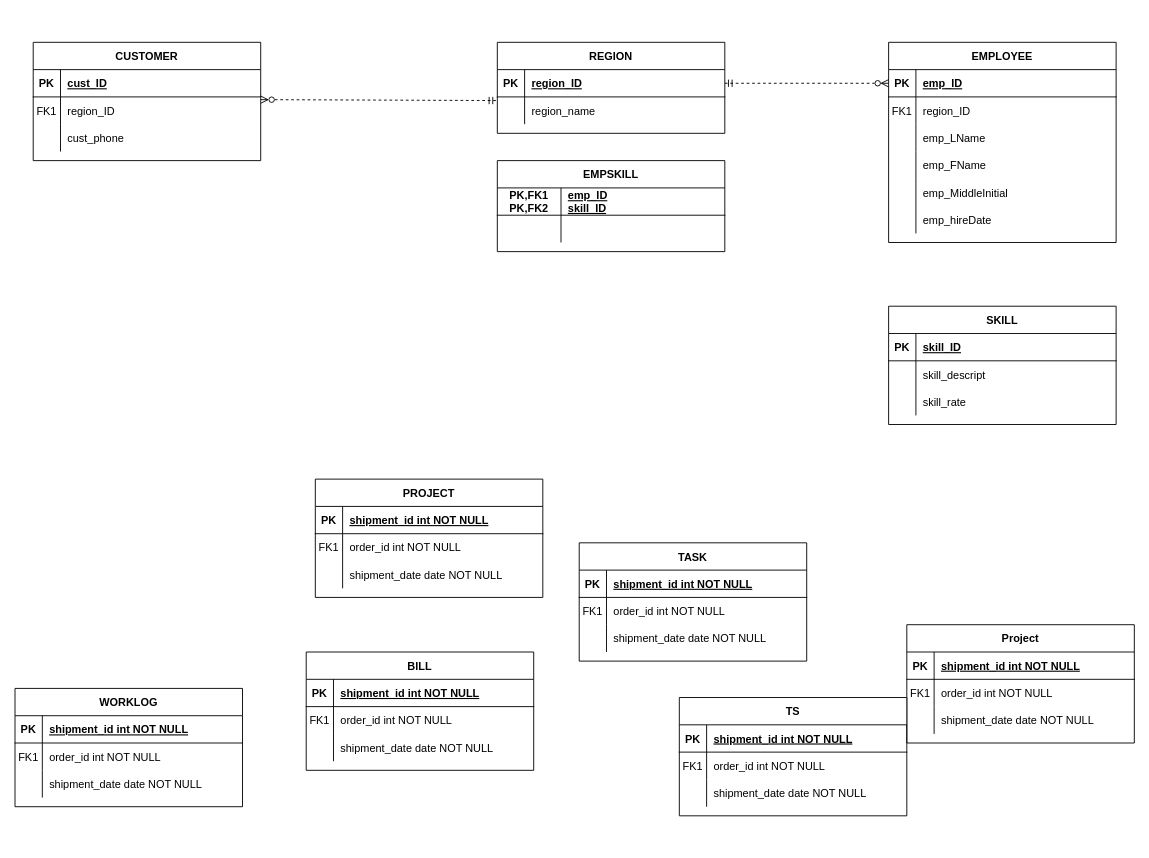
Before: Case 11 ERD.drawio in kwoehrer/DatabaseHw, a draw.io diagram. Source tidied: cells renumbered, new cells numbered last; positions are measured from the earlier drawing's top-left corner, leaving out a move shared by most shapes. Both pictures are drawn from the tidied source at 91%, with x=0, y=0 at pixel (15, 42).
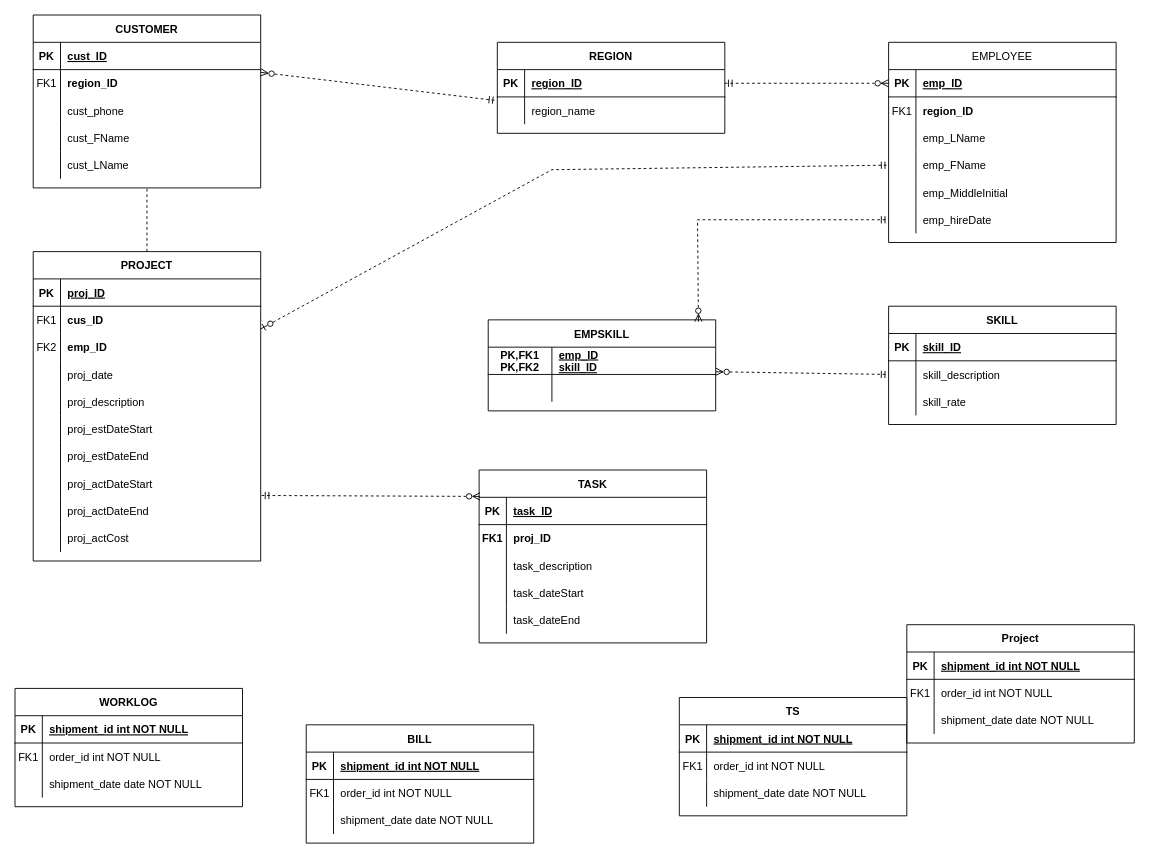
The same diagram, later.

Unchanged cells that the change refers to:
```xml
<mxCell id="6" style="shape=partialRectangle;fillColor=none;points=[[0,0.5],[1,0.5]];portConstraint=eastwest;top=0;left=0;right=0;bottom=0;" parent="2" vertex="1">
  <mxGeometry y="60" width="250" height="30" as="geometry" />
</mxCell>
<mxCell id="13" style="shape=partialRectangle;fillColor=none;top=0;left=0;right=0;bottom=1;" parent="12" vertex="1">
  <mxGeometry y="30" width="250" height="30" as="geometry" />
</mxCell>
<mxCell id="16" style="shape=partialRectangle;fillColor=none;top=0;left=0;right=0;bottom=0;" parent="12" vertex="1">
  <mxGeometry y="60" width="250" height="30" as="geometry" />
</mxCell>
<mxCell id="19" style="shape=partialRectangle;fillColor=none;top=0;left=0;right=0;bottom=0;" parent="12" vertex="1">
  <mxGeometry y="90" width="250" height="30" as="geometry" />
</mxCell>
<mxCell id="33" style="shape=partialRectangle;fillColor=none;points=[[0,0.5],[1,0.5]];portConstraint=eastwest;top=0;left=0;right=0;bottom=0;" parent="29" vertex="1">
  <mxGeometry y="60" width="250" height="30" as="geometry" />
</mxCell>
<mxCell id="43" style="shape=partialRectangle;fillColor=none;top=0;left=0;right=0;bottom=0;" parent="39" vertex="1">
  <mxGeometry y="60" width="250" height="30" as="geometry" />
</mxCell>
<mxCell id="49" style="shape=partialRectangle;fillColor=none;points=[[0,0.5],[1,0.5]];portConstraint=eastwest;top=0;left=0;right=0;bottom=0;" parent="39" vertex="1">
  <mxGeometry y="120" width="250" height="30" as="geometry" />
</mxCell>
<mxCell id="55" style="shape=partialRectangle;fillColor=none;points=[[0,0.5],[1,0.5]];portConstraint=eastwest;top=0;left=0;right=0;bottom=0;" parent="39" vertex="1">
  <mxGeometry y="180" width="250" height="30" as="geometry" />
</mxCell>
<mxCell id="79" style="shape=partialRectangle;fillColor=none;points=[[0,0.5],[1,0.5]];portConstraint=eastwest;top=0;left=0;right=0;bottom=1;" parent="78" vertex="1">
  <mxGeometry y="30" width="250" height="30" as="geometry" />
</mxCell>
<mxCell id="86" style="shape=partialRectangle;fillColor=none;points=[[0,0.5],[1,0.5]];portConstraint=eastwest;top=0;left=0;right=0;bottom=1;" parent="85" vertex="1">
  <mxGeometry y="30" width="250" height="30" as="geometry" />
</mxCell>
<mxCell id="89" style="shape=partialRectangle;fillColor=none;top=0;left=0;right=0;bottom=0;" parent="85" vertex="1">
  <mxGeometry y="60" width="250" height="30" as="geometry" />
</mxCell>
<mxCell id="92" style="shape=partialRectangle;fillColor=none;top=0;left=0;right=0;bottom=0;" parent="85" vertex="1">
  <mxGeometry y="90" width="250" height="30" as="geometry" />
</mxCell>
```

What changed in the source:
```diff
@@
     <mxCell id="2" value="CUSTOMER" style="shape=table;startSize=30;childLayout=tableLayout;rowLines=0;fontStyle=1;align=center;" parent="1" vertex="1">
-      <mxGeometry x="20" width="250" height="130" as="geometry" />
+      <mxGeometry x="20" y="-30" width="250" height="190" as="geometry" />
     </mxCell>
@@
-    <mxCell id="8" value="region_ID" style="shape=partialRectangle;overflow=hidden;fillColor=none;top=0;left=0;bottom=0;right=0;align=left;spacingLeft=6;" parent="6" vertex="1">
+    <mxCell id="8" value="region_ID" style="shape=partialRectangle;overflow=hidden;fillColor=none;top=0;left=0;bottom=0;right=0;align=left;spacingLeft=6;fontStyle=1;" parent="6" vertex="1">
       <mxGeometry x="30" width="220" height="30" as="geometry" />
     </mxCell>
@@
+    <mxCell id="117" style="shape=partialRectangle;fillColor=none;top=0;left=0;right=0;bottom=0;" parent="2" vertex="1">
+      <mxGeometry y="120" width="250" height="30" as="geometry" />
+    </mxCell>
+    <mxCell id="118" style="shape=partialRectangle;overflow=hidden;fillColor=none;top=0;left=0;bottom=0;right=0;" parent="117" vertex="1">
+      <mxGeometry width="30" height="30" as="geometry" />
+    </mxCell>
+    <mxCell id="119" value="cust_FName" style="shape=partialRectangle;overflow=hidden;fillColor=none;top=0;left=0;bottom=0;right=0;align=left;spacingLeft=6;" parent="117" vertex="1">
+      <mxGeometry x="30" width="220" height="30" as="geometry" />
+    </mxCell>
+    <mxCell id="120" style="shape=partialRectangle;fillColor=none;top=0;left=0;right=0;bottom=0;" parent="2" vertex="1">
+      <mxGeometry y="150" width="250" height="30" as="geometry" />
+    </mxCell>
+    <mxCell id="121" style="shape=partialRectangle;overflow=hidden;fillColor=none;top=0;left=0;bottom=0;right=0;" parent="120" vertex="1">
+      <mxGeometry width="30" height="30" as="geometry" />
+    </mxCell>
+    <mxCell id="122" value="cust_LName" style="shape=partialRectangle;overflow=hidden;fillColor=none;top=0;left=0;bottom=0;right=0;align=left;spacingLeft=6;" parent="120" vertex="1">
+      <mxGeometry x="30" width="220" height="30" as="geometry" />
+    </mxCell>
     <mxCell id="12" value="PROJECT" style="shape=table;startSize=30;childLayout=tableLayout;rowLines=0;fontStyle=1;align=center;" parent="1" vertex="1">
-      <mxGeometry x="330" y="480" width="250" height="130" as="geometry" />
+      <mxGeometry x="20" y="230" width="250" height="340" as="geometry" />
     </mxCell>
@@
-    <mxCell id="15" value="shipment_id int NOT NULL " style="shape=partialRectangle;overflow=hidden;fillColor=none;top=0;left=0;bottom=0;right=0;align=left;spacingLeft=6;fontStyle=5;" parent="13" vertex="1">
+    <mxCell id="15" value="proj_ID" style="shape=partialRectangle;overflow=hidden;fillColor=none;top=0;left=0;bottom=0;right=0;align=left;spacingLeft=6;fontStyle=5;" parent="13" vertex="1">
       <mxGeometry x="30" width="220" height="30" as="geometry" />
     </mxCell>
@@
-    <mxCell id="18" value="order_id int NOT NULL" style="shape=partialRectangle;overflow=hidden;fillColor=none;top=0;left=0;bottom=0;right=0;align=left;spacingLeft=6;" parent="16" vertex="1">
+    <mxCell id="18" value="cus_ID" style="shape=partialRectangle;overflow=hidden;fillColor=none;top=0;left=0;bottom=0;right=0;align=left;spacingLeft=6;fontStyle=1;" parent="16" vertex="1">
       <mxGeometry x="30" width="220" height="30" as="geometry" />
     </mxCell>
@@
-    <mxCell id="20" style="shape=partialRectangle;overflow=hidden;fillColor=none;top=0;left=0;bottom=0;right=0;" parent="19" vertex="1">
+    <mxCell id="20" value="FK2" style="shape=partialRectangle;overflow=hidden;fillColor=none;top=0;left=0;bottom=0;right=0;" parent="19" vertex="1">
       <mxGeometry width="30" height="30" as="geometry" />
     </mxCell>
-    <mxCell id="21" value="shipment_date date NOT NULL" style="shape=partialRectangle;overflow=hidden;fillColor=none;top=0;left=0;bottom=0;right=0;align=left;spacingLeft=6;" parent="19" vertex="1">
+    <mxCell id="21" value="emp_ID" style="shape=partialRectangle;overflow=hidden;fillColor=none;top=0;left=0;bottom=0;right=0;align=left;spacingLeft=6;fontStyle=1;" parent="19" vertex="1">
       <mxGeometry x="30" width="220" height="30" as="geometry" />
     </mxCell>
+    <mxCell id="123" style="shape=partialRectangle;fillColor=none;top=0;left=0;right=0;bottom=0;" parent="12" vertex="1">
+      <mxGeometry y="120" width="250" height="30" as="geometry" />
+    </mxCell>
+    <mxCell id="124" style="shape=partialRectangle;overflow=hidden;fillColor=none;top=0;left=0;bottom=0;right=0;" parent="123" vertex="1">
+      <mxGeometry width="30" height="30" as="geometry" />
+    </mxCell>
+    <mxCell id="125" value="proj_date" style="shape=partialRectangle;overflow=hidden;fillColor=none;top=0;left=0;bottom=0;right=0;align=left;spacingLeft=6;" parent="123" vertex="1">
+      <mxGeometry x="30" width="220" height="30" as="geometry" />
+    </mxCell>
+    <mxCell id="126" style="shape=partialRectangle;fillColor=none;top=0;left=0;right=0;bottom=0;" parent="12" vertex="1">
+      <mxGeometry y="150" width="250" height="30" as="geometry" />
+    </mxCell>
+    <mxCell id="127" style="shape=partialRectangle;overflow=hidden;fillColor=none;top=0;left=0;bottom=0;right=0;" parent="126" vertex="1">
+      <mxGeometry width="30" height="30" as="geometry" />
+    </mxCell>
+    <mxCell id="128" value="proj_description" style="shape=partialRectangle;overflow=hidden;fillColor=none;top=0;left=0;bottom=0;right=0;align=left;spacingLeft=6;" parent="126" vertex="1">
+      <mxGeometry x="30" width="220" height="30" as="geometry" />
+    </mxCell>
+    <mxCell id="129" style="shape=partialRectangle;fillColor=none;top=0;left=0;right=0;bottom=0;" parent="12" vertex="1">
+      <mxGeometry y="180" width="250" height="30" as="geometry" />
+    </mxCell>
+    <mxCell id="130" style="shape=partialRectangle;overflow=hidden;fillColor=none;top=0;left=0;bottom=0;right=0;" parent="129" vertex="1">
+      <mxGeometry width="30" height="30" as="geometry" />
+    </mxCell>
+    <mxCell id="131" value="proj_estDateStart" style="shape=partialRectangle;overflow=hidden;fillColor=none;top=0;left=0;bottom=0;right=0;align=left;spacingLeft=6;" parent="129" vertex="1">
+      <mxGeometry x="30" width="220" height="30" as="geometry" />
+    </mxCell>
+    <mxCell id="132" style="shape=partialRectangle;fillColor=none;top=0;left=0;right=0;bottom=0;" parent="12" vertex="1">
+      <mxGeometry y="210" width="250" height="30" as="geometry" />
+    </mxCell>
+    <mxCell id="133" style="shape=partialRectangle;overflow=hidden;fillColor=none;top=0;left=0;bottom=0;right=0;" parent="132" vertex="1">
+      <mxGeometry width="30" height="30" as="geometry" />
+    </mxCell>
+    <mxCell id="134" value="proj_estDateEnd" style="shape=partialRectangle;overflow=hidden;fillColor=none;top=0;left=0;bottom=0;right=0;align=left;spacingLeft=6;" parent="132" vertex="1">
+      <mxGeometry x="30" width="220" height="30" as="geometry" />
+    </mxCell>
+    <mxCell id="135" style="shape=partialRectangle;fillColor=none;top=0;left=0;right=0;bottom=0;" parent="12" vertex="1">
+      <mxGeometry y="240" width="250" height="30" as="geometry" />
+    </mxCell>
+    <mxCell id="136" style="shape=partialRectangle;overflow=hidden;fillColor=none;top=0;left=0;bottom=0;right=0;" parent="135" vertex="1">
+      <mxGeometry width="30" height="30" as="geometry" />
+    </mxCell>
+    <mxCell id="137" value="proj_actDateStart" style="shape=partialRectangle;overflow=hidden;fillColor=none;top=0;left=0;bottom=0;right=0;align=left;spacingLeft=6;" parent="135" vertex="1">
+      <mxGeometry x="30" width="220" height="30" as="geometry" />
+    </mxCell>
+    <mxCell id="138" style="shape=partialRectangle;fillColor=none;points=[[0,0.5],[1,0.5]];portConstraint=eastwest;top=0;left=0;right=0;bottom=0;" parent="12" vertex="1">
+      <mxGeometry y="270" width="250" height="30" as="geometry" />
+    </mxCell>
+    <mxCell id="139" style="shape=partialRectangle;overflow=hidden;fillColor=none;top=0;left=0;bottom=0;right=0;" parent="138" vertex="1">
+      <mxGeometry width="30" height="30" as="geometry" />
+    </mxCell>
+    <mxCell id="140" value="proj_actDateEnd" style="shape=partialRectangle;overflow=hidden;fillColor=none;top=0;left=0;bottom=0;right=0;align=left;spacingLeft=6;" parent="138" vertex="1">
+      <mxGeometry x="30" width="220" height="30" as="geometry" />
+    </mxCell>
+    <mxCell id="141" style="shape=partialRectangle;fillColor=none;top=0;left=0;right=0;bottom=0;" parent="12" vertex="1">
+      <mxGeometry y="300" width="250" height="30" as="geometry" />
+    </mxCell>
+    <mxCell id="142" style="shape=partialRectangle;overflow=hidden;fillColor=none;top=0;left=0;bottom=0;right=0;" parent="141" vertex="1">
+      <mxGeometry width="30" height="30" as="geometry" />
+    </mxCell>
+    <mxCell id="143" value="proj_actCost" style="shape=partialRectangle;overflow=hidden;fillColor=none;top=0;left=0;bottom=0;right=0;align=left;spacingLeft=6;" parent="141" vertex="1">
+      <mxGeometry x="30" width="220" height="30" as="geometry" />
+    </mxCell>
@@
-    <mxCell id="35" value="skill_descript" style="shape=partialRectangle;overflow=hidden;fillColor=none;top=0;left=0;bottom=0;right=0;align=left;spacingLeft=6;" parent="33" vertex="1">
+    <mxCell id="35" value="skill_description" style="shape=partialRectangle;overflow=hidden;fillColor=none;top=0;left=0;bottom=0;right=0;align=left;spacingLeft=6;" parent="33" vertex="1">
       <mxGeometry x="30" width="220" height="30" as="geometry" />
     </mxCell>
@@
-    <mxCell id="39" value="EMPLOYEE" style="shape=table;startSize=30;childLayout=tableLayout;rowLines=0;fontStyle=1;align=center;" parent="1" vertex="1">
+    <mxCell id="39" value="EMPLOYEE" style="shape=table;startSize=30;childLayout=tableLayout;rowLines=0;fontStyle=0;align=center;" parent="1" vertex="1">
       <mxGeometry x="960" width="250" height="220" as="geometry" />
     </mxCell>
@@
-    <mxCell id="45" value="region_ID" style="shape=partialRectangle;overflow=hidden;fillColor=none;top=0;left=0;bottom=0;right=0;align=left;spacingLeft=6;" parent="43" vertex="1">
+    <mxCell id="45" value="region_ID" style="shape=partialRectangle;overflow=hidden;fillColor=none;top=0;left=0;bottom=0;right=0;align=left;spacingLeft=6;fontStyle=1;" parent="43" vertex="1">
       <mxGeometry x="30" width="220" height="30" as="geometry" />
     </mxCell>
@@
     <mxCell id="58" value="BILL" style="shape=table;startSize=30;childLayout=tableLayout;rowLines=0;fontStyle=1;align=center;" parent="1" vertex="1">
-      <mxGeometry x="320" y="670" width="250" height="130" as="geometry" />
+      <mxGeometry x="320" y="750" width="250" height="130" as="geometry" />
     </mxCell>
@@
     <mxCell id="78" value="EMPSKILL" style="shape=table;startSize=30;childLayout=tableLayout;rowLines=0;fontStyle=1;align=center;" parent="1" vertex="1">
-      <mxGeometry x="530" y="130" width="250" height="100" as="geometry" />
+      <mxGeometry x="520" y="305" width="250" height="100" as="geometry" />
     </mxCell>
@@
     <mxCell id="85" value="TASK" style="shape=table;startSize=30;childLayout=tableLayout;rowLines=0;fontStyle=1;align=center;" parent="1" vertex="1">
-      <mxGeometry x="620" y="550" width="250" height="130" as="geometry" />
+      <mxGeometry x="510" y="470" width="250" height="190" as="geometry" />
     </mxCell>
@@
-    <mxCell id="88" value="shipment_id int NOT NULL " style="shape=partialRectangle;overflow=hidden;fillColor=none;top=0;left=0;bottom=0;right=0;align=left;spacingLeft=6;fontStyle=5;" parent="86" vertex="1">
+    <mxCell id="88" value="task_ID" style="shape=partialRectangle;overflow=hidden;fillColor=none;top=0;left=0;bottom=0;right=0;align=left;spacingLeft=6;fontStyle=5;" parent="86" vertex="1">
       <mxGeometry x="30" width="220" height="30" as="geometry" />
     </mxCell>
@@
-    <mxCell id="90" value="FK1" style="shape=partialRectangle;overflow=hidden;fillColor=none;top=0;left=0;bottom=0;right=0;" parent="89" vertex="1">
+    <mxCell id="90" value="FK1" style="shape=partialRectangle;overflow=hidden;fillColor=none;top=0;left=0;bottom=0;right=0;fontStyle=1;" parent="89" vertex="1">
       <mxGeometry width="30" height="30" as="geometry" />
     </mxCell>
-    <mxCell id="91" value="order_id int NOT NULL" style="shape=partialRectangle;overflow=hidden;fillColor=none;top=0;left=0;bottom=0;right=0;align=left;spacingLeft=6;" parent="89" vertex="1">
+    <mxCell id="91" value="proj_ID" style="shape=partialRectangle;overflow=hidden;fillColor=none;top=0;left=0;bottom=0;right=0;align=left;spacingLeft=6;fontStyle=1;" parent="89" vertex="1">
       <mxGeometry x="30" width="220" height="30" as="geometry" />
     </mxCell>
@@
-    <mxCell id="94" value="shipment_date date NOT NULL" style="shape=partialRectangle;overflow=hidden;fillColor=none;top=0;left=0;bottom=0;right=0;align=left;spacingLeft=6;" parent="92" vertex="1">
+    <mxCell id="94" value="task_description" style="shape=partialRectangle;overflow=hidden;fillColor=none;top=0;left=0;bottom=0;right=0;align=left;spacingLeft=6;" parent="92" vertex="1">
       <mxGeometry x="30" width="220" height="30" as="geometry" />
     </mxCell>
+    <mxCell id="144" style="shape=partialRectangle;fillColor=none;top=0;left=0;right=0;bottom=0;" parent="85" vertex="1">
+      <mxGeometry y="120" width="250" height="30" as="geometry" />
+    </mxCell>
+    <mxCell id="145" style="shape=partialRectangle;overflow=hidden;fillColor=none;top=0;left=0;bottom=0;right=0;" parent="144" vertex="1">
+      <mxGeometry width="30" height="30" as="geometry" />
+    </mxCell>
+    <mxCell id="146" value="task_dateStart" style="shape=partialRectangle;overflow=hidden;fillColor=none;top=0;left=0;bottom=0;right=0;align=left;spacingLeft=6;" parent="144" vertex="1">
+      <mxGeometry x="30" width="220" height="30" as="geometry" />
+    </mxCell>
+    <mxCell id="147" style="shape=partialRectangle;fillColor=none;top=0;left=0;right=0;bottom=0;" parent="85" vertex="1">
+      <mxGeometry y="150" width="250" height="30" as="geometry" />
+    </mxCell>
+    <mxCell id="148" style="shape=partialRectangle;overflow=hidden;fillColor=none;top=0;left=0;bottom=0;right=0;" parent="147" vertex="1">
+      <mxGeometry width="30" height="30" as="geometry" />
+    </mxCell>
+    <mxCell id="149" value="task_dateEnd" style="shape=partialRectangle;overflow=hidden;fillColor=none;top=0;left=0;bottom=0;right=0;align=left;spacingLeft=6;" parent="147" vertex="1">
+      <mxGeometry x="30" width="220" height="30" as="geometry" />
+    </mxCell>
@@
+    <mxCell id="150" style="endArrow=ERmandOne;html=1;rounded=0;dashed=1;strokeColor=#000000;entryX=0;entryY=0.5;entryDx=0;entryDy=0;startArrow=ERzeroToMany;startFill=0;endFill=0;exitX=0.924;exitY=0.02;exitDx=0;exitDy=0;exitPerimeter=0;" parent="1" edge="1" source="78" target="55">
+      <mxGeometry relative="1" as="geometry">
+        <Array as="points">
+          <mxPoint x="750" y="195" />
+        </Array>
+      </mxGeometry>
+    </mxCell>
+    <mxCell id="151" style="endArrow=ERmandOne;html=1;rounded=0;dashed=1;strokeColor=#000000;entryX=0;entryY=0.5;entryDx=0;entryDy=0;startArrow=ERzeroToMany;startFill=0;endFill=0;exitX=1;exitY=0.9;exitDx=0;exitDy=0;exitPerimeter=0;" parent="1" edge="1" source="79" target="33">
+      <mxGeometry relative="1" as="geometry" />
+    </mxCell>
+    <mxCell id="152" style="endArrow=ERmandOne;html=1;rounded=0;dashed=1;strokeColor=#000000;exitX=1;exitY=0.25;exitDx=0;exitDy=0;entryX=0;entryY=0.5;entryDx=0;entryDy=0;startArrow=ERzeroToOne;startFill=0;endFill=0;" parent="1" edge="1" source="12" target="49">
+      <mxGeometry relative="1" as="geometry">
+        <Array as="points">
+          <mxPoint x="590" y="140" />
+        </Array>
+      </mxGeometry>
+    </mxCell>
+    <mxCell id="153" style="endArrow=none;html=1;rounded=0;dashed=1;strokeColor=#000000;entryX=0.5;entryY=1;entryDx=0;entryDy=0;" parent="1" edge="1" source="12" target="2">
+      <mxGeometry relative="1" as="geometry" />
+    </mxCell>
+    <mxCell id="154" style="endArrow=ERzeroToMany;html=1;rounded=0;dashed=1;strokeColor=#000000;exitX=1.004;exitY=-0.067;exitDx=0;exitDy=0;exitPerimeter=0;entryX=0.004;entryY=-0.033;entryDx=0;entryDy=0;entryPerimeter=0;endFill=0;startArrow=ERmandOne;startFill=0;" parent="1" edge="1" source="138" target="86">
+      <mxGeometry relative="1" as="geometry" />
+    </mxCell>
```
